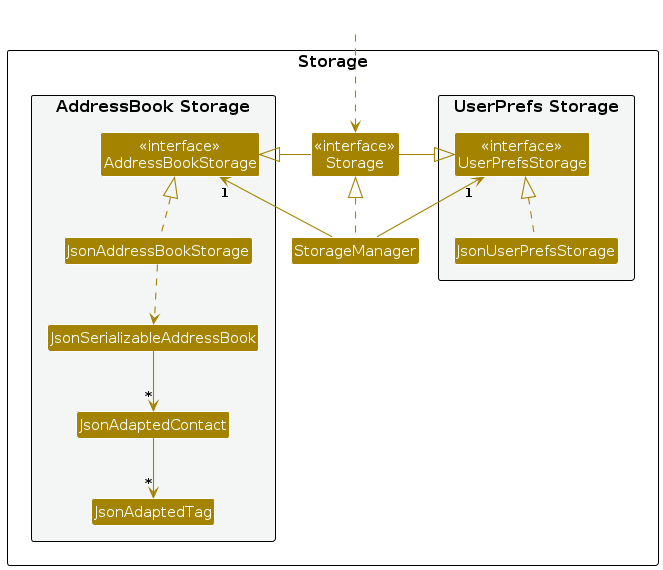
deltaMinor/tp keeps this PlantUML diagram as diagrams/StorageClassDiagram.png. Above is the earlier version. Its source is kept beside it as diagrams/StorageClassDiagram.puml. Its diagram source:
```plantuml
@startuml
!include style.puml
skinparam arrowThickness 1.1
skinparam arrowColor STORAGE_COLOR
skinparam classBackgroundColor STORAGE_COLOR

package Storage as StoragePackage {

package "UserPrefs Storage" #F4F6F6{
Class "<<interface>>\nUserPrefsStorage" as UserPrefsStorage
Class JsonUserPrefsStorage
}

Class "<<interface>>\nStorage" as Storage
Class StorageManager

package "AddressBook Storage" #F4F6F6{
Class "<<interface>>\nAddressBookStorage" as AddressBookStorage
Class JsonAddressBookStorage
Class JsonSerializableAddressBook
Class JsonAdaptedContact
Class JsonAdaptedTag
}

}

Class HiddenOutside #FFFFFF
HiddenOutside ..> Storage

StorageManager .up.|> Storage
StorageManager -up-> "1" UserPrefsStorage
StorageManager -up-> "1" AddressBookStorage

Storage -left-|> UserPrefsStorage
Storage -right-|> AddressBookStorage

JsonUserPrefsStorage .up.|> UserPrefsStorage
JsonAddressBookStorage .up.|> AddressBookStorage
JsonAddressBookStorage ..> JsonSerializableAddressBook
JsonSerializableAddressBook --> "*" JsonAdaptedContact
JsonAdaptedContact --> "*" JsonAdaptedTag

@enduml
```
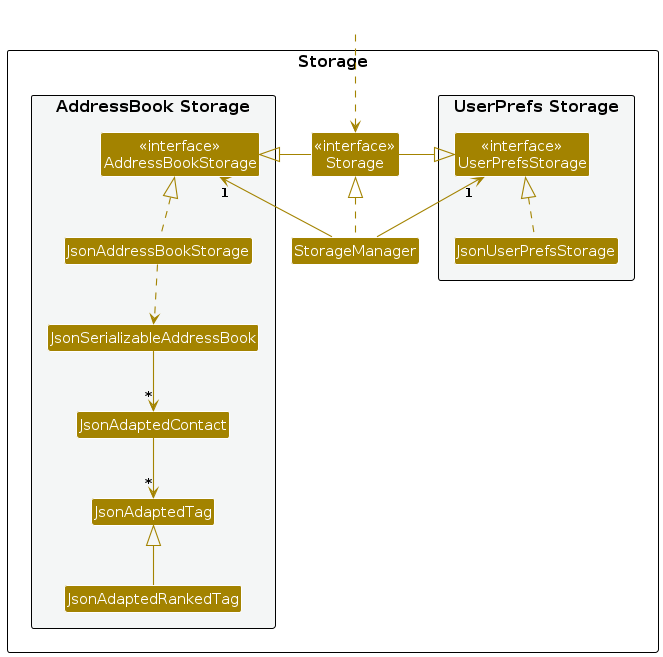
Later version of the same file.

What changed in the source:
```diff
@@ -20,6 +20,7 @@
 Class JsonSerializableAddressBook
 Class JsonAdaptedContact
 Class JsonAdaptedTag
+Class JsonAdaptedRankedTag
 }
 
 }
@@ -39,5 +40,6 @@
 JsonAddressBookStorage ..> JsonSerializableAddressBook
 JsonSerializableAddressBook --> "*" JsonAdaptedContact
 JsonAdaptedContact --> "*" JsonAdaptedTag
+JsonAdaptedTag <|-- JsonAdaptedRankedTag
 
 @enduml
```
